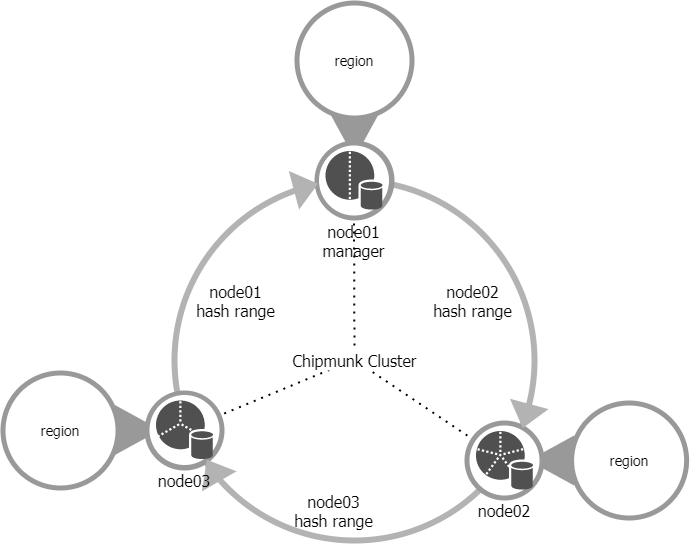
uni2u/difs keeps this draw.io diagram as img/acm21-ring00.png. Above is the earlier version. Source tidied: cells renumbered, new cells last; positions are measured from the earlier drawing's top-left corner, leaving out a move shared by most shapes.
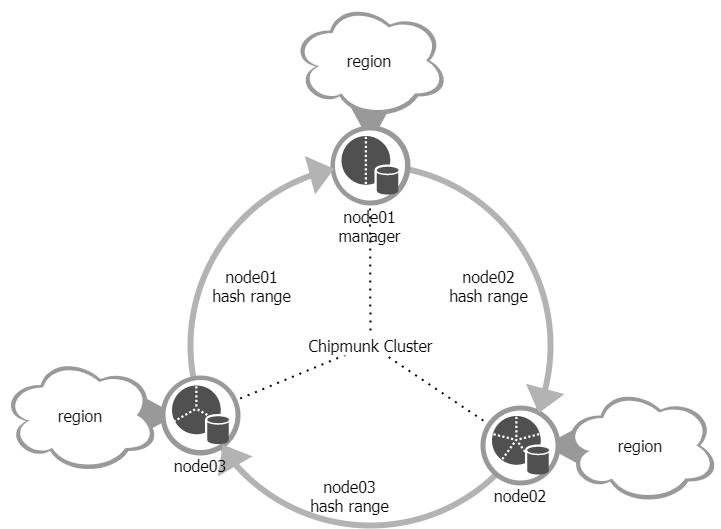
The same diagram one commit later.

Change to the diagram source:
```diff
@@ -32,24 +32,6 @@
     <mxCell id="11" style="ellipse;whiteSpace=wrap;html=1;fillColor=#999999;strokeColor=none;" parent="1" vertex="1">
       <mxGeometry x="144" y="390" width="80" height="80" as="geometry" />
     </mxCell>
-    <mxCell id="12" style="ellipse;whiteSpace=wrap;html=1;fillColor=#999999;strokeColor=none;" parent="1" vertex="1">
-      <mxGeometry x="294" width="120" height="120" as="geometry" />
-    </mxCell>
-    <mxCell id="13" value="region" style="ellipse;whiteSpace=wrap;html=1;strokeColor=none;fillColor=#FFFFFF;fontSize=14;fontFamily=Tahoma;" parent="1" vertex="1">
-      <mxGeometry x="299" y="5" width="110" height="110" as="geometry" />
-    </mxCell>
-    <mxCell id="14" style="ellipse;whiteSpace=wrap;html=1;fillColor=#999999;strokeColor=none;" parent="1" vertex="1">
-      <mxGeometry y="370" width="120" height="120" as="geometry" />
-    </mxCell>
-    <mxCell id="15" value="&lt;font style=&quot;font-size: 14px&quot; face=&quot;Tahoma&quot;&gt;region&lt;/font&gt;" style="ellipse;whiteSpace=wrap;html=1;strokeColor=none;fillColor=#FFFFFF;" parent="1" vertex="1">
-      <mxGeometry x="5" y="375" width="110" height="110" as="geometry" />
-    </mxCell>
-    <mxCell id="16" style="ellipse;whiteSpace=wrap;html=1;fillColor=#999999;strokeColor=none;" parent="1" vertex="1">
-      <mxGeometry x="568.6" y="400" width="120" height="120" as="geometry" />
-    </mxCell>
-    <mxCell id="17" value="region" style="ellipse;whiteSpace=wrap;html=1;strokeColor=none;fillColor=#FFFFFF;fontSize=14;fontFamily=Tahoma;" parent="1" vertex="1">
-      <mxGeometry x="573.6" y="405" width="110" height="110" as="geometry" />
-    </mxCell>
     <mxCell id="18" value="node01&lt;br&gt;manager" style="text;html=1;strokeColor=none;fillColor=none;align=center;verticalAlign=middle;whiteSpace=wrap;rounded=0;fontSize=16;fontFamily=Tahoma;" parent="1" vertex="1">
       <mxGeometry x="293" y="220" width="121" height="40" as="geometry" />
     </mxCell>
@@ -101,5 +83,23 @@
     <mxCell id="34" value="node01&lt;br&gt;hash range" style="text;html=1;strokeColor=none;fillColor=none;align=center;verticalAlign=middle;whiteSpace=wrap;rounded=0;fontSize=16;fontFamily=Tahoma;" parent="1" vertex="1">
       <mxGeometry x="175" y="280" width="121" height="40" as="geometry" />
     </mxCell>
+    <mxCell id="35" style="ellipse;shape=cloud;whiteSpace=wrap;html=1;fontSize=16;strokeColor=none;fillColor=#999999;" parent="1" vertex="1">
+      <mxGeometry x="-16" y="369.5" width="160" height="120" as="geometry" />
+    </mxCell>
+    <mxCell id="36" value="region" style="ellipse;shape=cloud;whiteSpace=wrap;html=1;fontSize=16;strokeColor=none;fillColor=#FFFFFF;fontFamily=Tahoma;" parent="1" vertex="1">
+      <mxGeometry x="-11" y="374.5" width="150" height="110" as="geometry" />
+    </mxCell>
+    <mxCell id="37" style="ellipse;shape=cloud;whiteSpace=wrap;html=1;fontSize=16;strokeColor=none;fillColor=#999999;" parent="1" vertex="1">
+      <mxGeometry x="273.5" y="15" width="160" height="120" as="geometry" />
+    </mxCell>
+    <mxCell id="38" value="region" style="ellipse;shape=cloud;whiteSpace=wrap;html=1;fontSize=16;strokeColor=none;fillColor=#FFFFFF;fontFamily=Tahoma;" parent="1" vertex="1">
+      <mxGeometry x="278.5" y="20" width="150" height="110" as="geometry" />
+    </mxCell>
+    <mxCell id="39" style="ellipse;shape=cloud;whiteSpace=wrap;html=1;fontSize=16;strokeColor=none;fillColor=#999999;" parent="1" vertex="1">
+      <mxGeometry x="544" y="400" width="160" height="120" as="geometry" />
+    </mxCell>
+    <mxCell id="40" value="region" style="ellipse;shape=cloud;whiteSpace=wrap;html=1;fontSize=16;strokeColor=none;fillColor=#FFFFFF;fontFamily=Tahoma;" parent="1" vertex="1">
+      <mxGeometry x="549" y="405" width="150" height="110" as="geometry" />
+    </mxCell>
   </root>
 </mxGraphModel>
```
